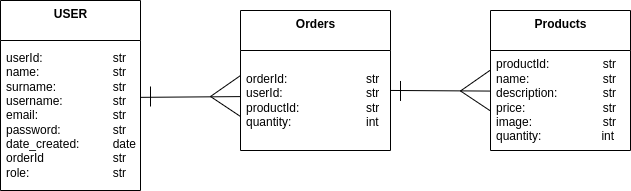
GirishMahabir/MDX-E-Commerce-Coursework keeps this draw.io diagram as DB/mongodb_design_structure.drawio.png. Above is the earlier version. Source tidied: cells renumbered, new cells last; positions are measured from the earlier drawing's top-left corner, leaving out a move shared by most shapes.
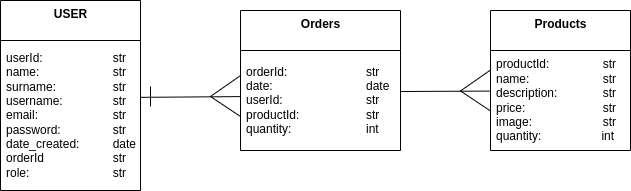
The same diagram one commit later.

Commit message:
Updated Mongodb design - Added Date in orders.

Change to the diagram source:
```diff
@@ -15,10 +15,10 @@
       <mxGeometry y="40" width="140" height="150" as="geometry" />
     </mxCell>
     <mxCell id="6" value="&lt;b&gt;Orders&lt;/b&gt;" style="swimlane;fontStyle=0;align=center;verticalAlign=top;horizontal=1;startSize=40;html=1;" parent="1" vertex="1">
-      <mxGeometry x="240" y="10" width="150" height="140" as="geometry" />
+      <mxGeometry x="240" y="10" width="160" height="140" as="geometry" />
     </mxCell>
-    <mxCell id="7" value="orderId:&lt;span style=&quot;white-space: pre&quot;&gt;&#9;&lt;/span&gt;&lt;span style=&quot;white-space: pre&quot;&gt;&#9;&lt;/span&gt;&lt;span style=&quot;white-space: pre&quot;&gt;&#9;&lt;/span&gt;&lt;span style=&quot;white-space: pre&quot;&gt;&amp;nbsp;   &lt;/span&gt;str&lt;br&gt;userId:&lt;span style=&quot;white-space: pre&quot;&gt;&#9;&lt;/span&gt;&lt;span style=&quot;white-space: pre&quot;&gt;&#9;&lt;/span&gt;&lt;span style=&quot;white-space: pre&quot;&gt;&#9;&lt;/span&gt;&amp;nbsp; &amp;nbsp; str&lt;br&gt;productId:&lt;span style=&quot;white-space: pre&quot;&gt;&#9;&lt;span style=&quot;white-space: pre&quot;&gt;&#9;&lt;/span&gt; &lt;/span&gt;&amp;nbsp; &amp;nbsp;str&lt;br&gt;quantity:&lt;span style=&quot;white-space: pre&quot;&gt;&#9;&lt;/span&gt;&lt;span style=&quot;white-space: pre&quot;&gt;&#9;&lt;/span&gt;&lt;span style=&quot;white-space: pre&quot;&gt;&#9;&lt;/span&gt;&amp;nbsp; &amp;nbsp; int" style="text;html=1;strokeColor=none;fillColor=none;align=left;verticalAlign=middle;spacingLeft=4;spacingRight=4;overflow=hidden;points=[[0,0.5],[1,0.5]];portConstraint=eastwest;" parent="6" vertex="1">
-      <mxGeometry y="40" width="150" height="100" as="geometry" />
+    <mxCell id="7" value="orderId:&lt;span style=&quot;white-space: pre&quot;&gt;&#9;&lt;/span&gt;&lt;span style=&quot;white-space: pre&quot;&gt;&#9;&lt;/span&gt;&lt;span style=&quot;white-space: pre&quot;&gt;&#9;&lt;/span&gt;&lt;span style=&quot;white-space: pre&quot;&gt;&amp;nbsp;   &lt;/span&gt;str&lt;br&gt;date:&lt;span style=&quot;white-space: pre&quot;&gt;&#9;&lt;/span&gt;&lt;span style=&quot;white-space: pre&quot;&gt;&#9;&lt;/span&gt;&lt;span style=&quot;white-space: pre&quot;&gt;&#9;&lt;/span&gt;&amp;nbsp; &amp;nbsp; date&lt;br&gt;userId:&lt;span style=&quot;white-space: pre&quot;&gt;&#9;&lt;/span&gt;&lt;span style=&quot;white-space: pre&quot;&gt;&#9;&lt;/span&gt;&lt;span style=&quot;white-space: pre&quot;&gt;&#9;&lt;/span&gt;&amp;nbsp; &amp;nbsp; str&lt;br&gt;productId:&lt;span style=&quot;white-space: pre&quot;&gt;&#9;&lt;span style=&quot;white-space: pre&quot;&gt;&#9;&lt;/span&gt; &lt;/span&gt;&amp;nbsp; &amp;nbsp;str&lt;br&gt;quantity:&lt;span style=&quot;white-space: pre&quot;&gt;&#9;&lt;/span&gt;&lt;span style=&quot;white-space: pre&quot;&gt;&#9;&lt;/span&gt;&lt;span style=&quot;white-space: pre&quot;&gt;&#9;&lt;/span&gt;&amp;nbsp; &amp;nbsp; int" style="text;html=1;strokeColor=none;fillColor=none;align=left;verticalAlign=middle;spacingLeft=4;spacingRight=4;overflow=hidden;points=[[0,0.5],[1,0.5]];portConstraint=eastwest;" parent="6" vertex="1">
+      <mxGeometry y="40" width="160" height="100" as="geometry" />
     </mxCell>
     <mxCell id="8" style="endArrow=none;html=1;exitX=0.999;exitY=0.379;exitDx=0;exitDy=0;exitPerimeter=0;entryX=-0.003;entryY=0.461;entryDx=0;entryDy=0;entryPerimeter=0;" parent="1" edge="1" source="5" target="7">
       <mxGeometry relative="1" as="geometry" />
@@ -40,9 +40,9 @@
         <mxPoint x="150" y="106" as="targetPoint" />
       </mxGeometry>
     </mxCell>
-    <mxCell id="12" style="endArrow=none;html=1;exitX=0.999;exitY=0.379;exitDx=0;exitDy=0;exitPerimeter=0;entryX=-0.003;entryY=0.461;entryDx=0;entryDy=0;entryPerimeter=0;" parent="1" edge="1">
+    <mxCell id="12" style="endArrow=none;html=1;entryX=-0.003;entryY=0.461;entryDx=0;entryDy=0;entryPerimeter=0;" parent="1" edge="1">
       <mxGeometry relative="1" as="geometry">
-        <mxPoint x="389.9" y="90" as="sourcePoint" />
+        <mxPoint x="400" y="91" as="sourcePoint" />
         <mxPoint x="489.5" y="90.6" as="targetPoint" />
       </mxGeometry>
     </mxCell>
```
